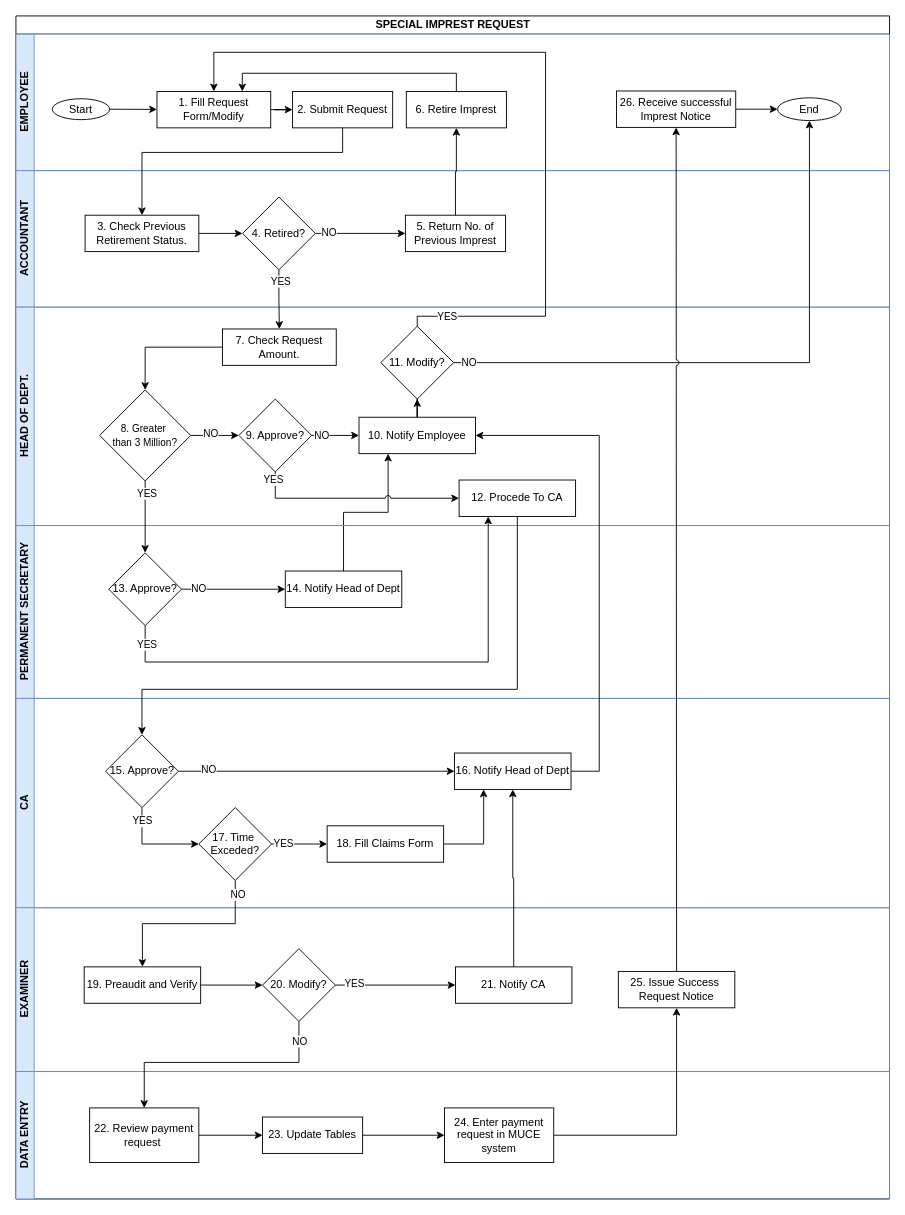
Above: page "Special imprest request" (4 of 13) of wajibika/wajibika-sketches.drawio in MbalamulaS/tech-diagrams (draw.io), before the change. Source tidied: cells renumbered, new cells numbered last; positions are measured from the earlier drawing's top-left corner, leaving out a move shared by most shapes. Both pictures are drawn from the tidied source at 91%, with x=0, y=0 at pixel (15, 15).
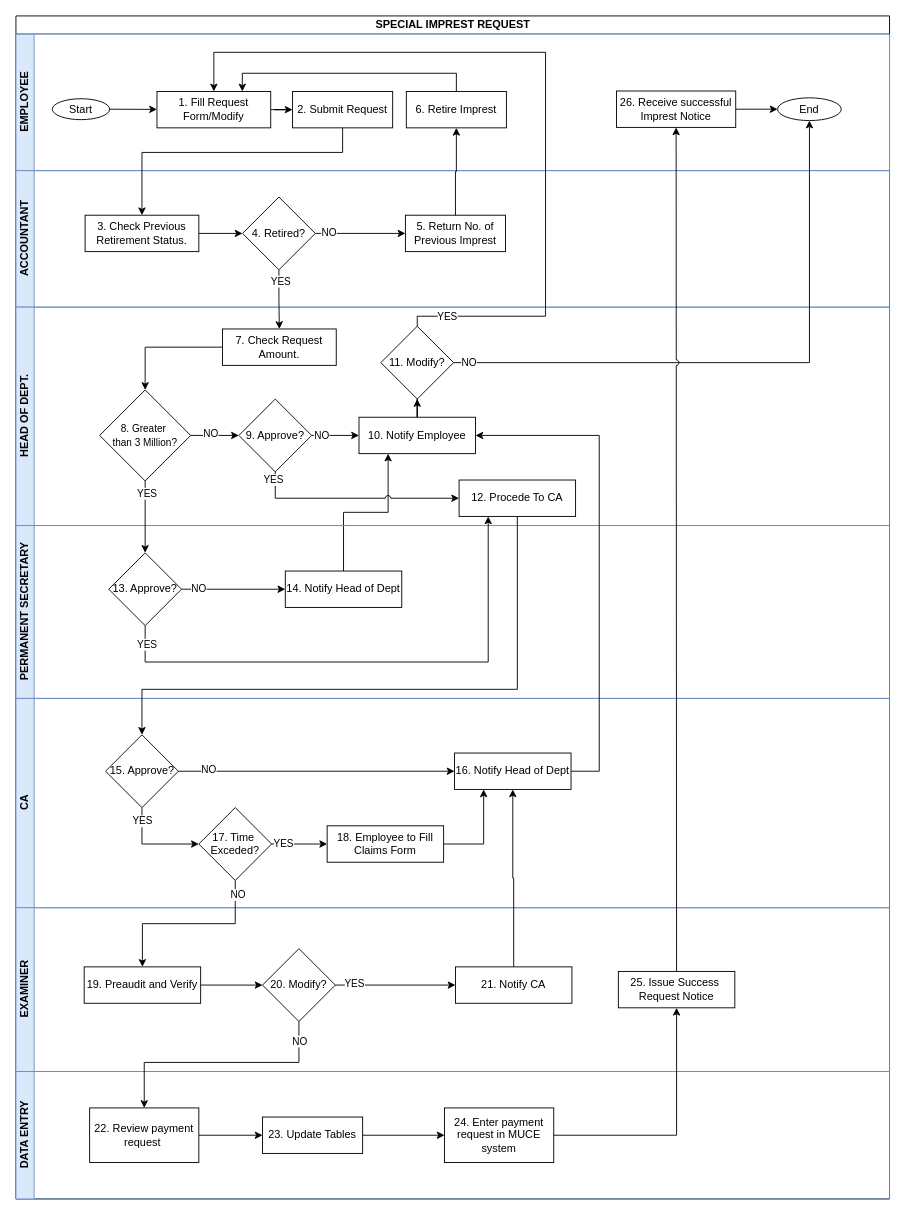
After the change.

Commit message (it also covers changes not shown here):
Update "18. Employee to Fill Claims Form"

Unchanged cells that the change refers to:
```xml
<mxCell id="42" value="CA" style="swimlane;startSize=20;horizontal=0;html=1;fillColor=#dae8fc;strokeColor=#6c8ebf;" parent="2" vertex="1">
  <mxGeometry y="750" width="960" height="230" as="geometry" />
</mxCell>
```

The edit, as a diff of the source:
```diff
@@
-    <mxCell id="53" value="18. Fill Claims Form" style="whiteSpace=wrap;html=1;" parent="42" vertex="1">
+    <mxCell id="53" value="18. Employee to Fill Claims Form" style="whiteSpace=wrap;html=1;" parent="42" vertex="1">
       <mxGeometry x="342" y="140" width="128" height="40" as="geometry" />
     </mxCell>
```
